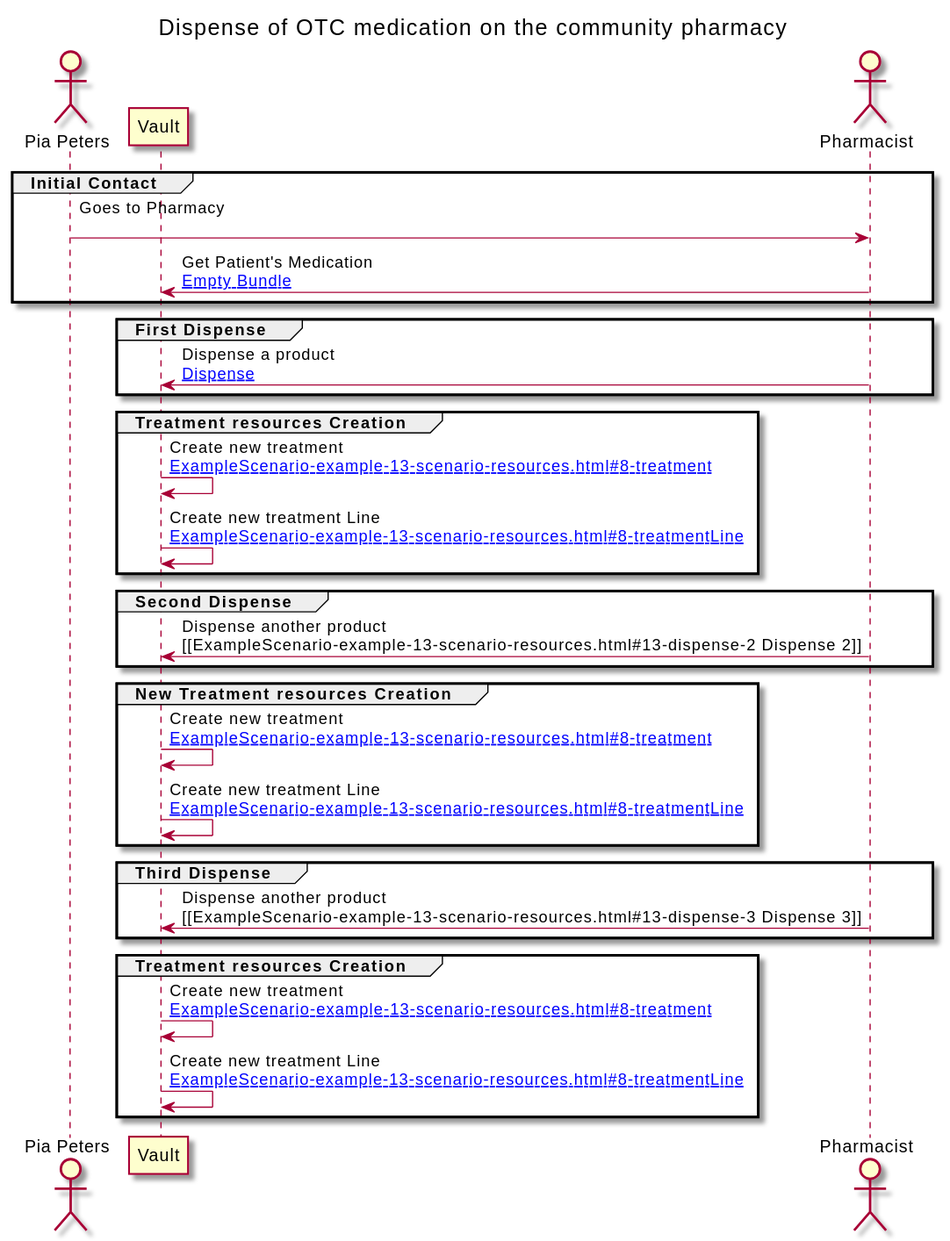
JensPenny/medication-record keeps this PlantUML diagram as branches/master/ExampleScenario-example-13-scenario.svg. Above is the earlier version. The source it was exported from:
```plantuml
@startuml


Title Dispense of OTC medication on the community pharmacy

actor "Pia Peters" as PATIENT
participant "Vault" as VAULT
actor "Pharmacist" as PHARM






group Initial Contact

PATIENT -> PHARM : Goes to Pharmacy\n
PHARM -> VAULT : Get Patient's Medication\n[[ExampleScenario-example-13-scenario-resources.html#EB Empty Bundle]]
end

group First Dispense

PHARM -> VAULT : Dispense a product\n[[ExampleScenario-example-13-scenario-resources.html#13-dispense Dispense]]
end

group Treatment resources Creation

VAULT -> VAULT : Create new treatment\n[[ExampleScenario-example-13-scenario-resources.html#8-treatment ]]
VAULT -> VAULT : Create new treatment Line\n[[ExampleScenario-example-13-scenario-resources.html#8-treatmentLine ]]
end

group Second Dispense

PHARM -> VAULT : Dispense another product\n[[ExampleScenario-example-13-scenario-resources.html#13-dispense-2  Dispense 2]]
end

group New Treatment resources Creation

VAULT -> VAULT : Create new treatment\n[[ExampleScenario-example-13-scenario-resources.html#8-treatment ]]
VAULT -> VAULT : Create new treatment Line\n[[ExampleScenario-example-13-scenario-resources.html#8-treatmentLine ]]
end

group Third Dispense

PHARM -> VAULT : Dispense another product\n[[ExampleScenario-example-13-scenario-resources.html#13-dispense-3  Dispense 3]]
end

group Treatment resources Creation

VAULT -> VAULT : Create new treatment\n[[ExampleScenario-example-13-scenario-resources.html#8-treatment ]]
VAULT -> VAULT : Create new treatment Line\n[[ExampleScenario-example-13-scenario-resources.html#8-treatmentLine ]]
end


@enduml
```
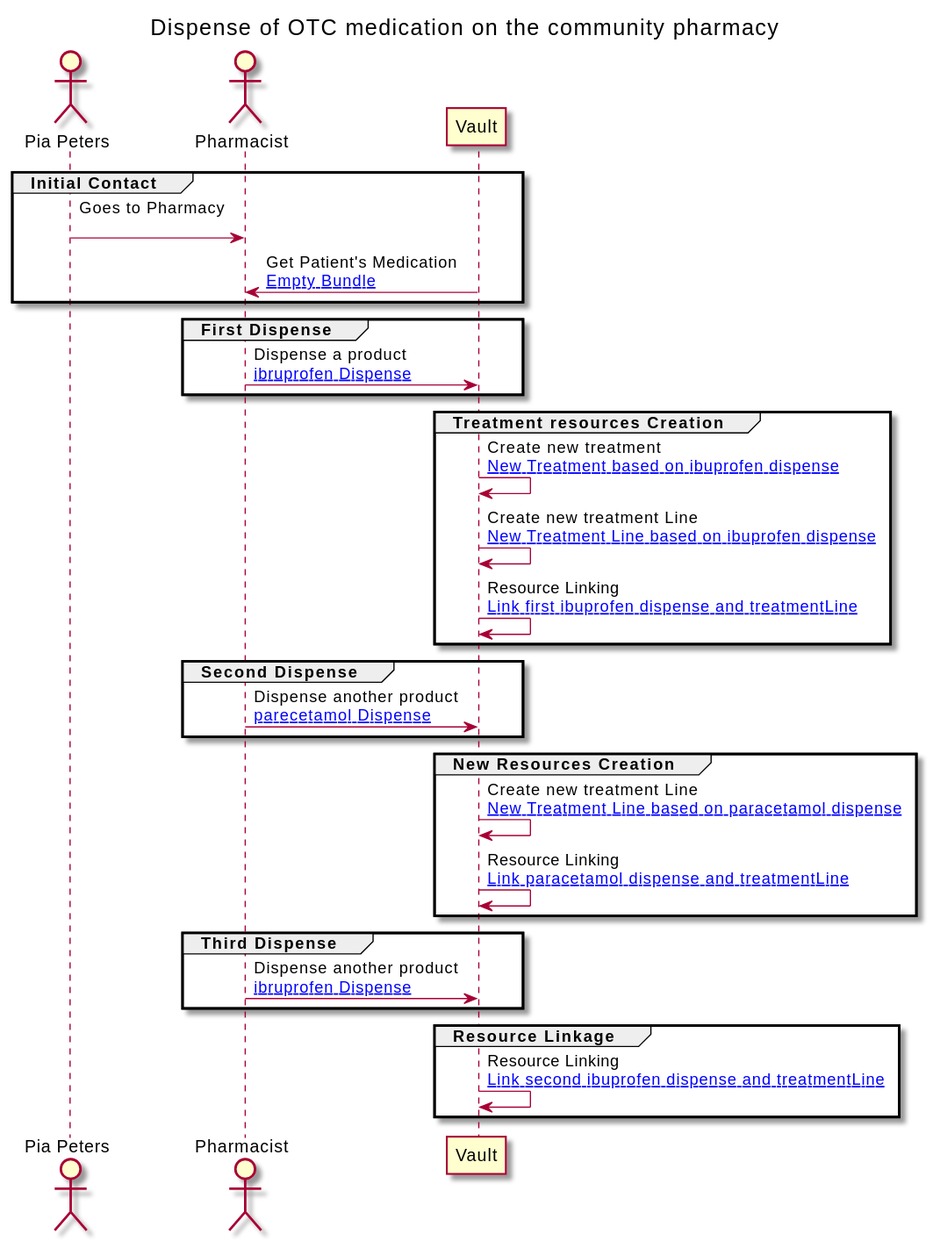
Above is the later version.

Diff of the diagram source:
```diff
@@ -4,8 +4,8 @@
 Title Dispense of OTC medication on the community pharmacy
 
 actor "Pia Peters" as PATIENT
+actor "Pharmacist" as PHARM
 participant "Vault" as VAULT
-actor "Pharmacist" as PHARM
 
 
 
@@ -15,40 +15,40 @@
 group Initial Contact
 
 PATIENT -> PHARM : Goes to Pharmacy\n
-PHARM -> VAULT : Get Patient's Medication\n[[ExampleScenario-example-13-scenario-resources.html#EB Empty Bundle]]
+VAULT -> PHARM : Get Patient's Medication\n[[ExampleScenario-example-13-scenario-resources.html#EB Empty Bundle]]
 end
 
 group First Dispense
 
-PHARM -> VAULT : Dispense a product\n[[ExampleScenario-example-13-scenario-resources.html#13-dispense Dispense]]
+PHARM -> VAULT : Dispense a product\n[[ExampleScenario-example-13-scenario-resources.html#13-1-dispense ibruprofen Dispense]]
 end
 
 group Treatment resources Creation
 
-VAULT -> VAULT : Create new treatment\n[[ExampleScenario-example-13-scenario-resources.html#8-treatment ]]
-VAULT -> VAULT : Create new treatment Line\n[[ExampleScenario-example-13-scenario-resources.html#8-treatmentLine ]]
+VAULT -> VAULT : Create new treatment\n[[ExampleScenario-example-13-scenario-resources.html#13-treatment New Treatment based on ibuprofen dispense]]
+VAULT -> VAULT : Create new treatment Line\n[[ExampleScenario-example-13-scenario-resources.html#13-1-treatmentLine New Treatment Line based on ibuprofen dispense]]
+VAULT -> VAULT : Resource Linking\n[[ExampleScenario-example-13-scenario-resources.html#13-1-provenance Link first ibuprofen dispense and treatmentLine]]
 end
 
 group Second Dispense
 
-PHARM -> VAULT : Dispense another product\n[[ExampleScenario-example-13-scenario-resources.html#13-dispense-2  Dispense 2]]
+PHARM -> VAULT : Dispense another product\n[[ExampleScenario-example-13-scenario-resources.html#13-2-dispense parecetamol Dispense]]
 end
 
-group New Treatment resources Creation
+group New Resources Creation
 
-VAULT -> VAULT : Create new treatment\n[[ExampleScenario-example-13-scenario-resources.html#8-treatment ]]
-VAULT -> VAULT : Create new treatment Line\n[[ExampleScenario-example-13-scenario-resources.html#8-treatmentLine ]]
+VAULT -> VAULT : Create new treatment Line\n[[ExampleScenario-example-13-scenario-resources.html#13-2-treatmentLine New Treatment Line based on paracetamol dispense]]
+VAULT -> VAULT : Resource Linking\n[[ExampleScenario-example-13-scenario-resources.html#13-2-provenance Link paracetamol dispense and treatmentLine]]
 end
 
 group Third Dispense
 
-PHARM -> VAULT : Dispense another product\n[[ExampleScenario-example-13-scenario-resources.html#13-dispense-3  Dispense 3]]
+PHARM -> VAULT : Dispense another product\n[[ExampleScenario-example-13-scenario-resources.html#13-3-dispense ibruprofen Dispense]]
 end
 
-group Treatment resources Creation
+group Resource Linkage
 
-VAULT -> VAULT : Create new treatment\n[[ExampleScenario-example-13-scenario-resources.html#8-treatment ]]
-VAULT -> VAULT : Create new treatment Line\n[[ExampleScenario-example-13-scenario-resources.html#8-treatmentLine ]]
+VAULT -> VAULT : Resource Linking\n[[ExampleScenario-example-13-scenario-resources.html#13-3-provenance Link second ibuprofen dispense and treatmentLine]]
 end
 
 
```
